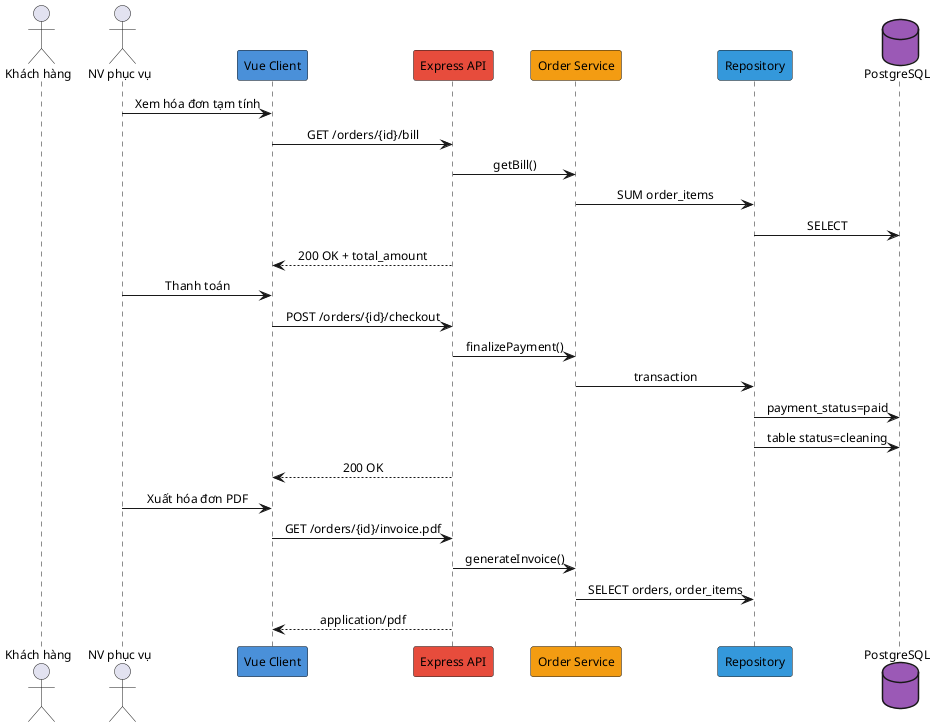
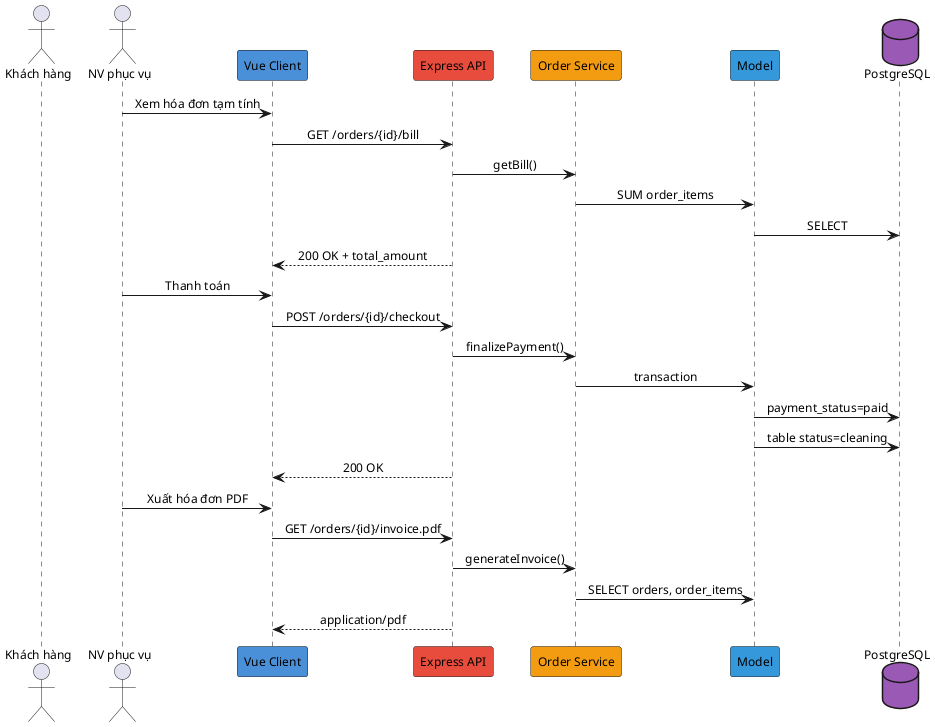
@startuml
skinparam defaultFontSize 12
skinparam sequenceMessageAlign center

actor "Khách hàng" as C
actor "NV phục vụ" as W
participant "Vue Client" as FE #4A90D9
participant "Express API" as API #E74C3C
participant "Order Service" as SVC #F39C12
- participant "Repository" as REPO #3498DB
+ participant "Model" as MODEL #3498DB
database "PostgreSQL" as DB #9B59B6

W -> FE : Xem hóa đơn tạm tính
FE -> API : GET /orders/{id}/bill
API -> SVC : getBill()
- SVC -> REPO : SUM order_items
- REPO -> DB : SELECT
+ SVC -> MODEL : SUM order_items
+ MODEL -> DB : SELECT
API --> FE : 200 OK + total_amount

W -> FE : Thanh toán
FE -> API : POST /orders/{id}/checkout
API -> SVC : finalizePayment()
- SVC -> REPO : transaction
- REPO -> DB : payment_status=paid
- REPO -> DB : table status=cleaning
+ SVC -> MODEL : transaction
+ MODEL -> DB : payment_status=paid
+ MODEL -> DB : table status=cleaning
API --> FE : 200 OK

W -> FE : Xuất hóa đơn PDF
FE -> API : GET /orders/{id}/invoice.pdf
API -> SVC : generateInvoice()
- SVC -> REPO : SELECT orders, order_items
+ SVC -> MODEL : SELECT orders, order_items
API --> FE : application/pdf

@enduml
